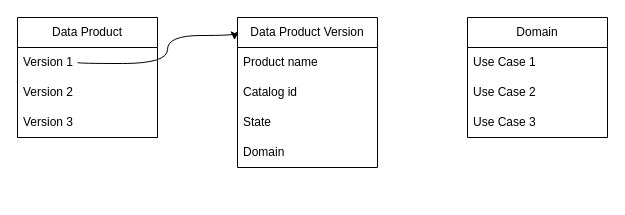
This is dph-concept.drawio from ganisback/draw.io, a draw.io file, before an edit. Source tidied: cells renumbered, new cells numbered last; positions are measured from the earlier drawing's top-left corner, leaving out a move shared by most shapes. Both pictures are drawn from the tidied source at 100%, with x=0, y=0 at pixel (17, 17).
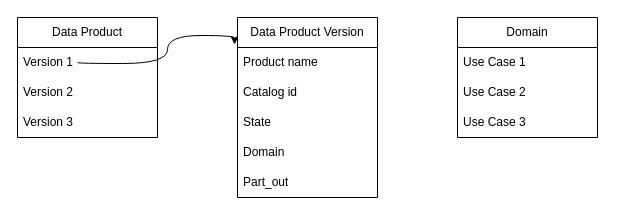
After the change.

What changed in the source:
```diff
@@
 <mxGraphModel>
   <root>
     <mxCell id="0" />
     <mxCell id="1" parent="0" />
     <mxCell id="2" value="Data Product" style="swimlane;fontStyle=0;horizontal=1;startSize=30;whiteSpace=wrap;html=1;" parent="1" vertex="1">
       <mxGeometry width="140" height="120" as="geometry" />
     </mxCell>
     <mxCell id="3" value="Version 1" style="text;strokeColor=none;fillColor=none;align=left;verticalAlign=middle;spacingLeft=4;spacingRight=4;overflow=hidden;whiteSpace=wrap;html=1;" parent="2" vertex="1">
       <mxGeometry y="30" width="140" height="30" as="geometry" />
     </mxCell>
     <mxCell id="4" style="endArrow=classic;html=1;rounded=0;edgeStyle=orthogonalEdgeStyle;entryX=-0.021;entryY=0.15;entryDx=0;entryDy=0;curved=1;entryPerimeter=0;" parent="2" edge="1" target="7">
       <mxGeometry relative="1" as="geometry">
         <mxPoint x="60" y="45" as="sourcePoint" />
         <Array as="points">
           <mxPoint x="60" y="46" />
           <mxPoint x="150" y="46" />
           <mxPoint x="150" y="18" />
         </Array>
       </mxGeometry>
     </mxCell>
     <mxCell id="5" value="Version 2" style="text;strokeColor=none;fillColor=none;align=left;verticalAlign=middle;spacingLeft=4;spacingRight=4;overflow=hidden;whiteSpace=wrap;html=1;" parent="2" vertex="1">
       <mxGeometry y="60" width="140" height="30" as="geometry" />
     </mxCell>
     <mxCell id="6" value="Version 3" style="text;strokeColor=none;fillColor=none;align=left;verticalAlign=middle;spacingLeft=4;spacingRight=4;overflow=hidden;whiteSpace=wrap;html=1;" parent="2" vertex="1">
       <mxGeometry y="90" width="140" height="30" as="geometry" />
     </mxCell>
     <mxCell id="7" value="Data Product Version" style="swimlane;fontStyle=0;horizontal=1;startSize=30;whiteSpace=wrap;html=1;" parent="1" vertex="1">
-      <mxGeometry x="220" width="140" height="150" as="geometry" />
+      <mxGeometry x="220" width="140" height="180" as="geometry" />
     </mxCell>
     <mxCell id="8" value="Product name" style="text;strokeColor=none;fillColor=none;align=left;verticalAlign=middle;spacingLeft=4;spacingRight=4;overflow=hidden;whiteSpace=wrap;html=1;" parent="7" vertex="1">
       <mxGeometry y="30" width="140" height="30" as="geometry" />
     </mxCell>
     <mxCell id="9" value="Catalog id" style="text;strokeColor=none;fillColor=none;align=left;verticalAlign=middle;spacingLeft=4;spacingRight=4;overflow=hidden;whiteSpace=wrap;html=1;" parent="7" vertex="1">
       <mxGeometry y="60" width="140" height="30" as="geometry" />
     </mxCell>
     <mxCell id="10" value="State" style="text;strokeColor=none;fillColor=none;align=left;verticalAlign=middle;spacingLeft=4;spacingRight=4;overflow=hidden;whiteSpace=wrap;html=1;" parent="7" vertex="1">
       <mxGeometry y="90" width="140" height="30" as="geometry" />
     </mxCell>
     <mxCell id="11" value="Domain" style="text;strokeColor=none;fillColor=none;align=left;verticalAlign=middle;spacingLeft=4;spacingRight=4;overflow=hidden;whiteSpace=wrap;html=1;" parent="7" vertex="1">
       <mxGeometry y="120" width="140" height="30" as="geometry" />
     </mxCell>
+    <mxCell id="16" value="Part_out" style="text;strokeColor=none;fillColor=none;align=left;verticalAlign=middle;spacingLeft=4;spacingRight=4;overflow=hidden;whiteSpace=wrap;html=1;" parent="7" vertex="1">
+      <mxGeometry y="150" width="140" height="30" as="geometry" />
+    </mxCell>
     <mxCell id="12" value="Domain" style="swimlane;fontStyle=0;horizontal=1;startSize=30;whiteSpace=wrap;html=1;" parent="1" vertex="1">
-      <mxGeometry x="450" width="140" height="120" as="geometry" />
+      <mxGeometry x="440" width="140" height="120" as="geometry" />
     </mxCell>
     <mxCell id="13" value="Use Case 1" style="text;strokeColor=none;fillColor=none;align=left;verticalAlign=middle;spacingLeft=4;spacingRight=4;overflow=hidden;whiteSpace=wrap;html=1;" parent="12" vertex="1">
       <mxGeometry y="30" width="140" height="30" as="geometry" />
     </mxCell>
     <mxCell id="14" value="Use Case 2" style="text;strokeColor=none;fillColor=none;align=left;verticalAlign=middle;spacingLeft=4;spacingRight=4;overflow=hidden;whiteSpace=wrap;html=1;" parent="12" vertex="1">
       <mxGeometry y="60" width="140" height="30" as="geometry" />
     </mxCell>
     <mxCell id="15" value="Use Case 3" style="text;strokeColor=none;fillColor=none;align=left;verticalAlign=middle;spacingLeft=4;spacingRight=4;overflow=hidden;whiteSpace=wrap;html=1;" parent="12" vertex="1">
       <mxGeometry y="90" width="140" height="30" as="geometry" />
     </mxCell>
   </root>
 </mxGraphModel>
```
